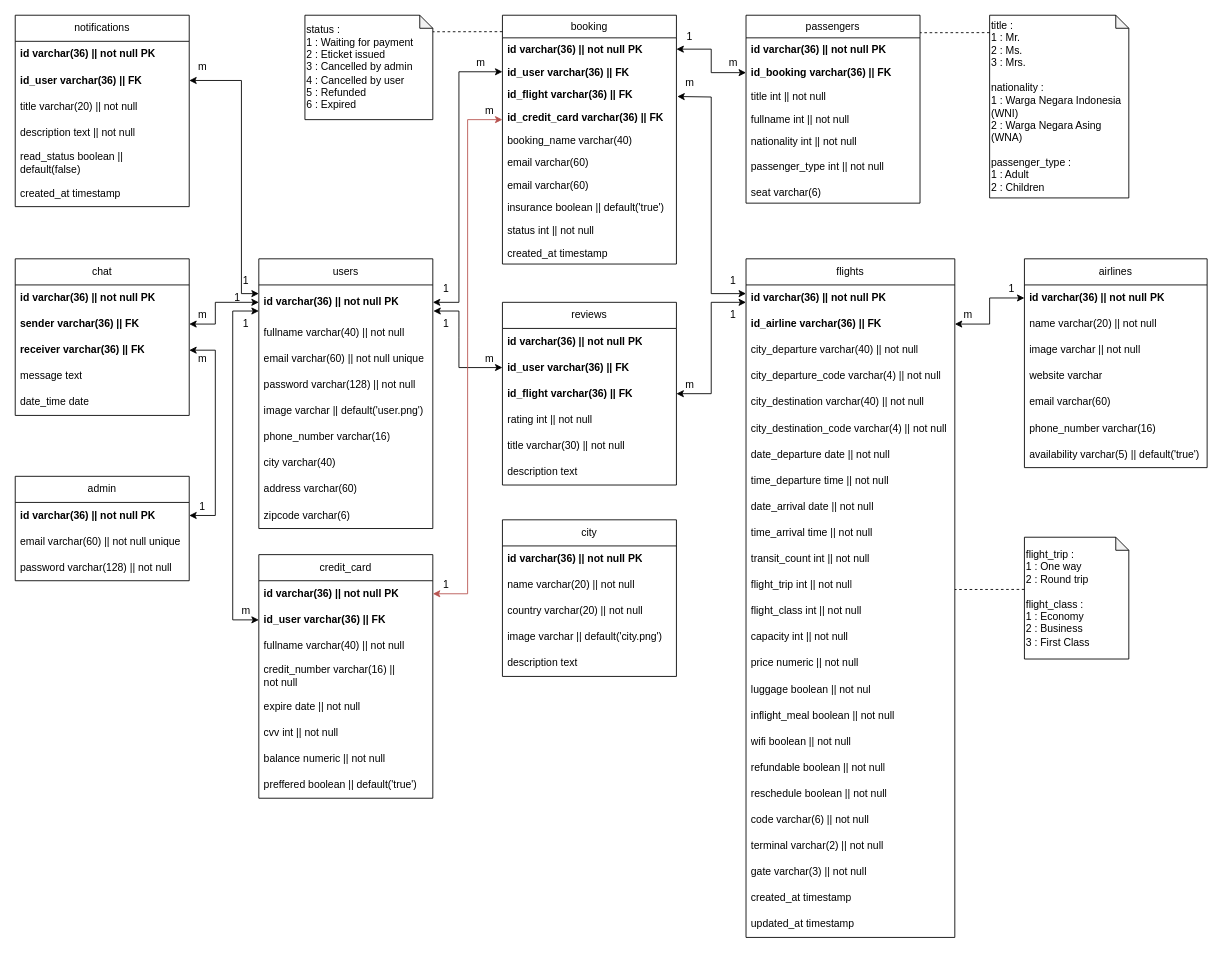
The draw.io diagram docs/ankasa-database.drawio in hosealeonardo18/ankasa-backend, before the edit. Source tidied: cells renumbered, new cells numbered last; positions are measured from the earlier drawing's top-left corner, leaving out a move shared by most shapes. Both pictures are drawn from the tidied source at 87%, with x=0, y=0 at pixel (15, 15).
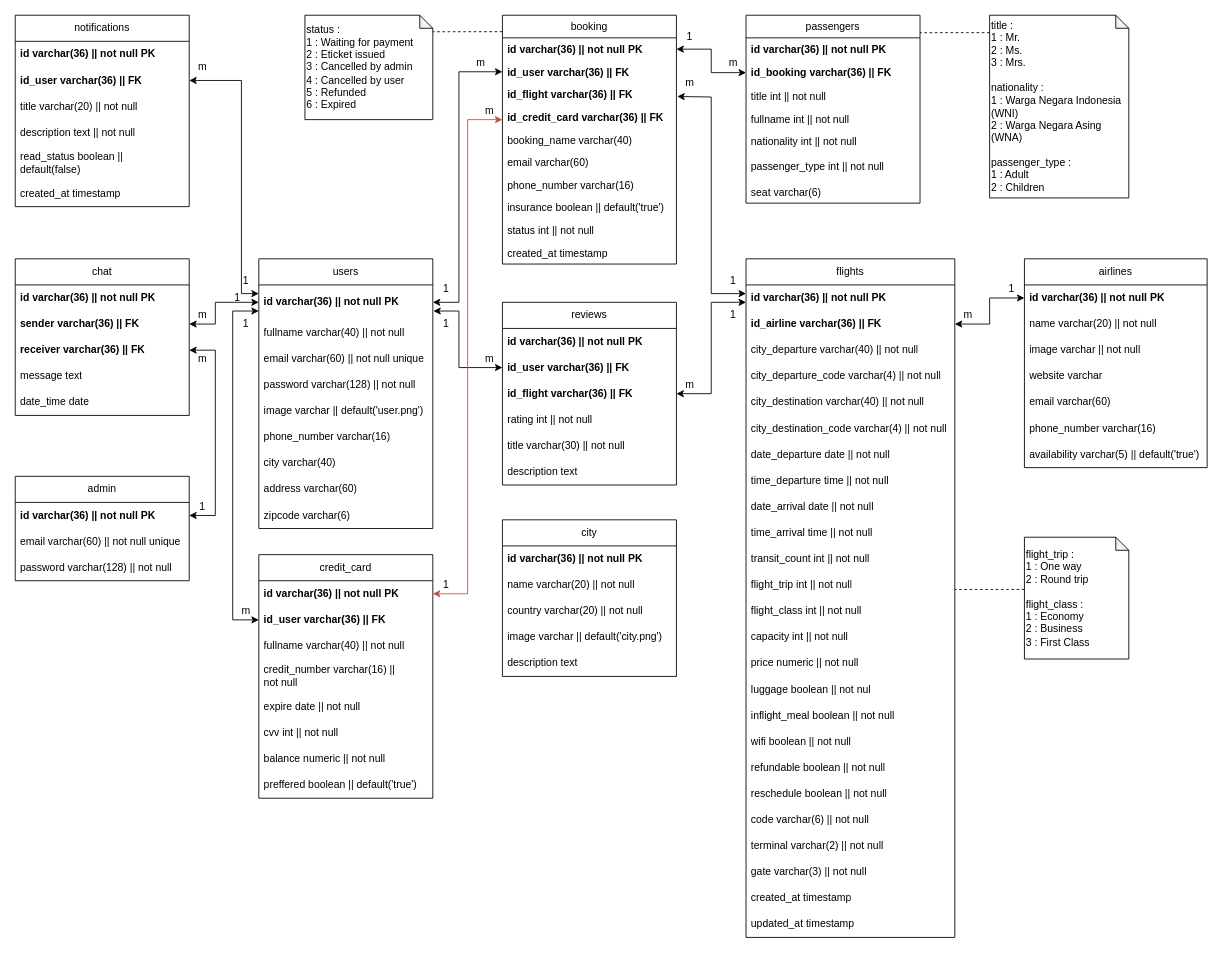
The same page after the edit.

The change refers to these unchanged cells:
```xml
<mxCell id="2" value="booking" style="swimlane;fontStyle=0;horizontal=1;startSize=26;fillColor=none;" parent="1" vertex="1">
  <mxGeometry x="560" width="200" height="286" as="geometry" />
</mxCell>
```

The edit, as a diff of the source:
```diff
@@
-    <mxCell id="9" value="email varchar(60)" style="text;strokeColor=none;fillColor=none;align=left;verticalAlign=top;spacingLeft=4;spacingRight=4;overflow=hidden;" parent="2" vertex="1">
+    <mxCell id="9" value="phone_number varchar(16)" style="text;strokeColor=none;fillColor=none;align=left;verticalAlign=top;spacingLeft=4;spacingRight=4;overflow=hidden;" parent="2" vertex="1">
       <mxGeometry y="182" width="200" height="26" as="geometry" />
     </mxCell>
```
